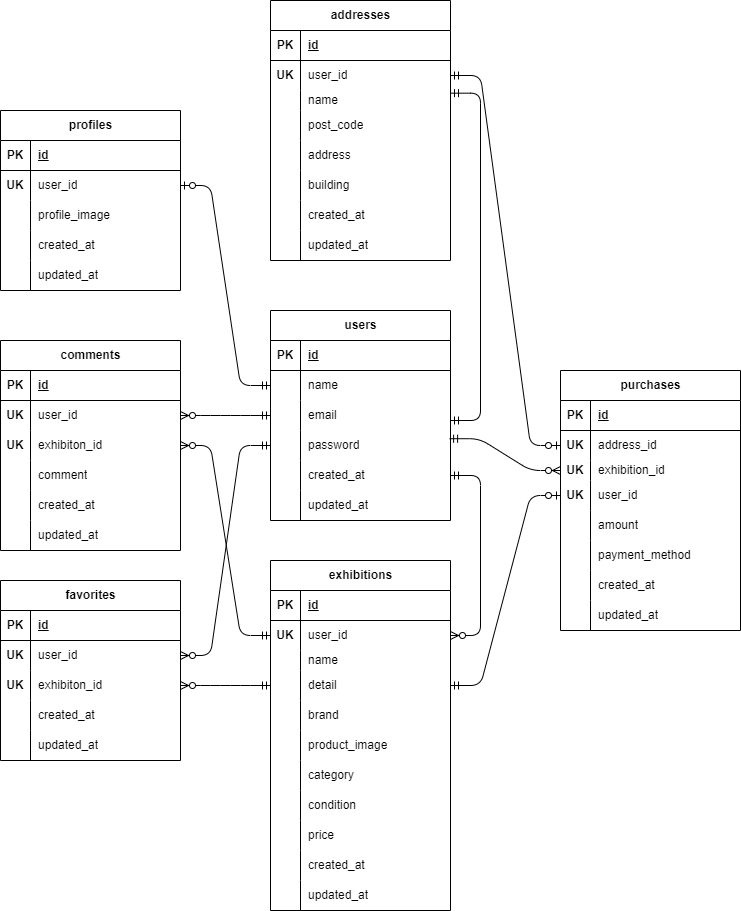
This is freemarket.drawio.png from kameda11/free-market3, a draw.io export, as it was before one commit. Source tidied: cells renumbered, new cells last; positions are measured from the earlier drawing's top-left corner, leaving out a move shared by most shapes.
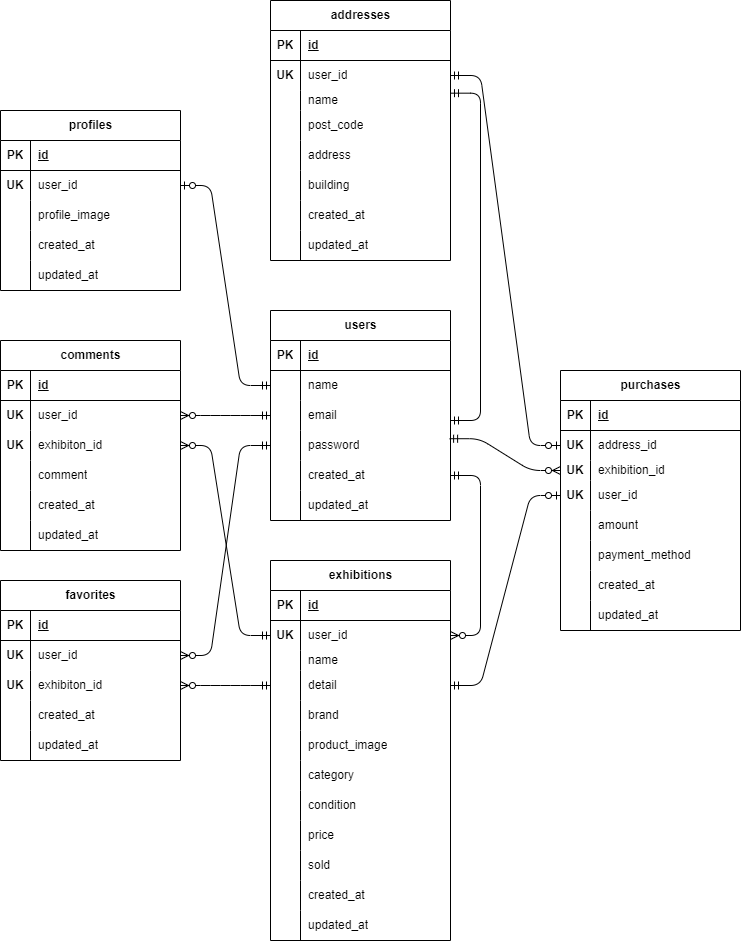
After the commit.

What changed in the source:
```diff
@@ -188,7 +188,7 @@
       </mxGeometry>
     </mxCell>
     <mxCell id="63" value="exhibitions" style="shape=table;startSize=30;rowLines=0;fontStyle=1;align=center;html=1;" parent="1" vertex="1">
-      <mxGeometry x="270" y="560" width="180" height="350" as="geometry" />
+      <mxGeometry x="270" y="560" width="180" height="380" as="geometry" />
     </mxCell>
     <mxCell id="64" style="shape=tableRow;horizontal=0;startSize=0;swimlaneHead=0;swimlaneBody=0;fillColor=none;top=0;left=0;right=0;bottom=1;" parent="63" vertex="1">
       <mxGeometry y="30" width="180" height="30" as="geometry" />
@@ -271,8 +271,17 @@
     <mxCell id="90" value="price" style="shape=partialRectangle;fillColor=none;top=0;left=0;bottom=0;right=0;align=left;spacingLeft=6;overflow=hidden;whiteSpace=wrap;html=1;" parent="88" vertex="1">
       <mxGeometry x="30" width="150" height="30" as="geometry" />
     </mxCell>
+    <mxCell id="167" style="shape=tableRow;horizontal=0;startSize=0;swimlaneHead=0;swimlaneBody=0;fillColor=none;top=0;left=0;right=0;bottom=0;" parent="63" vertex="1">
+      <mxGeometry y="290" width="180" height="30" as="geometry" />
+    </mxCell>
+    <mxCell id="168" style="shape=partialRectangle;fillColor=none;top=0;left=0;bottom=0;right=0;overflow=hidden;whiteSpace=wrap;html=1;" parent="167" vertex="1">
+      <mxGeometry width="30" height="30" as="geometry" />
+    </mxCell>
+    <mxCell id="169" value="sold" style="shape=partialRectangle;fillColor=none;top=0;left=0;bottom=0;right=0;align=left;spacingLeft=6;overflow=hidden;whiteSpace=wrap;html=1;" parent="167" vertex="1">
+      <mxGeometry x="30" width="150" height="30" as="geometry" />
+    </mxCell>
     <mxCell id="91" style="shape=tableRow;horizontal=0;startSize=0;swimlaneHead=0;swimlaneBody=0;fillColor=none;top=0;left=0;right=0;bottom=0;" parent="63" vertex="1">
-      <mxGeometry y="290" width="180" height="30" as="geometry" />
+      <mxGeometry y="320" width="180" height="30" as="geometry" />
     </mxCell>
     <mxCell id="92" style="shape=partialRectangle;fillColor=none;top=0;left=0;bottom=0;right=0;overflow=hidden;whiteSpace=wrap;html=1;" parent="91" vertex="1">
       <mxGeometry width="30" height="30" as="geometry" />
@@ -281,7 +290,7 @@
       <mxGeometry x="30" width="150" height="30" as="geometry" />
     </mxCell>
     <mxCell id="94" style="shape=tableRow;horizontal=0;startSize=0;swimlaneHead=0;swimlaneBody=0;fillColor=none;top=0;left=0;right=0;bottom=0;" parent="63" vertex="1">
-      <mxGeometry y="320" width="180" height="30" as="geometry" />
+      <mxGeometry y="350" width="180" height="30" as="geometry" />
     </mxCell>
     <mxCell id="95" style="shape=partialRectangle;fillColor=none;top=0;left=0;bottom=0;right=0;overflow=hidden;whiteSpace=wrap;html=1;" parent="94" vertex="1">
       <mxGeometry width="30" height="30" as="geometry" />
```
